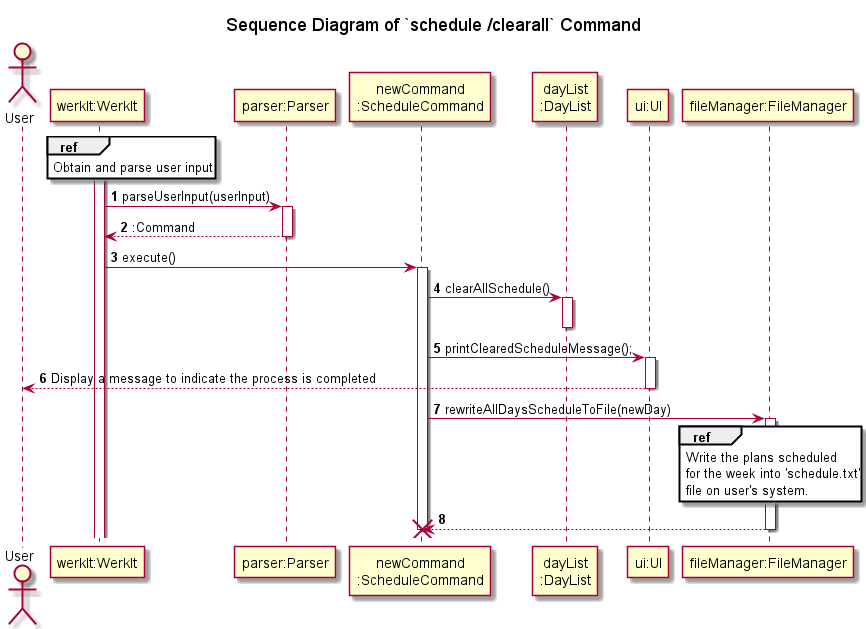
The PlantUML diagram docs/uml/sequenceDiagrams/schedule/images/clearAllSchedule.png in nus-cs2113-AY2122S2/tp, before a commit.
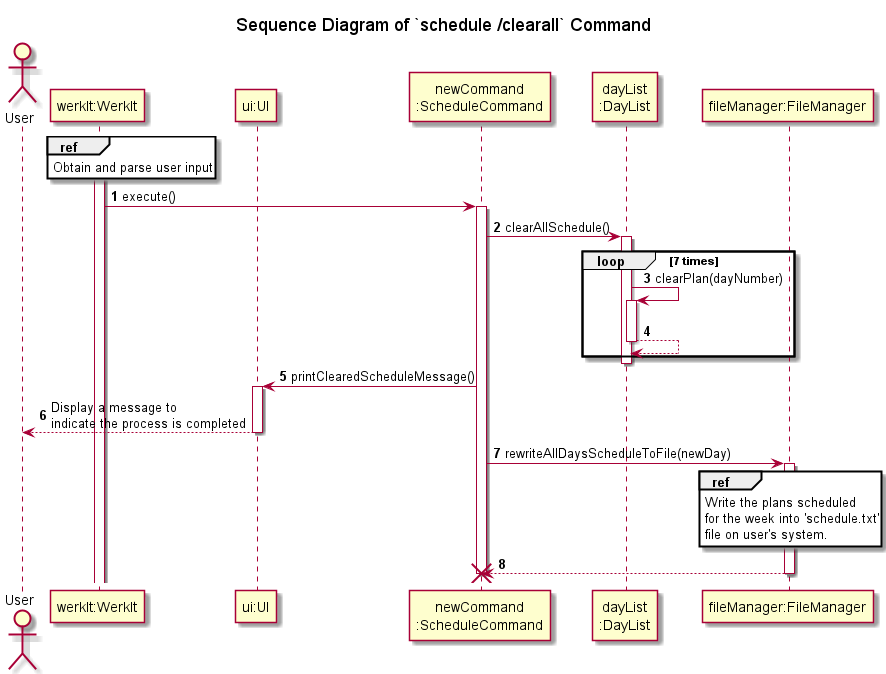
Above is the later version.

Commit message:
update the DG with latest info on schedule features

Change to the diagram source:
```diff
@@ -7,10 +7,9 @@
 
 actor   User
 participant "werkIt:WerkIt" AS WerkIt
-participant "parser:Parser" AS Parser
+participant "ui:UI" AS UI
 participant "newCommand\n:ScheduleCommand" AS newCommand
 participant "dayList\n:DayList" AS DayList
-participant "ui:UI" AS UI
 
 
 activate WerkIt
@@ -18,21 +17,21 @@
 Obtain and parse user input
 end
 
-WerkIt -> Parser : parseUserInput(userInput)
-activate Parser
-WerkIt <-- Parser : :Command
-deactivate Parser
-
 WerkIt -> newCommand : execute()
 activate newCommand
 
 newCommand -> DayList : clearAllSchedule()
 activate DayList
+loop 7 times
+DayList -> DayList : clearPlan(dayNumber)
+activate DayList
+return
+end
 deactivate DayList
 
-newCommand -> UI : printClearedScheduleMessage();
+newCommand -> UI : printClearedScheduleMessage()
 activate UI
-UI --> User: Display a message to indicate the process is completed
+UI --> User: Display a message to \nindicate the process is completed
 deactivate UI
 
 participant "fileManager:FileManager" as FileManager
```
